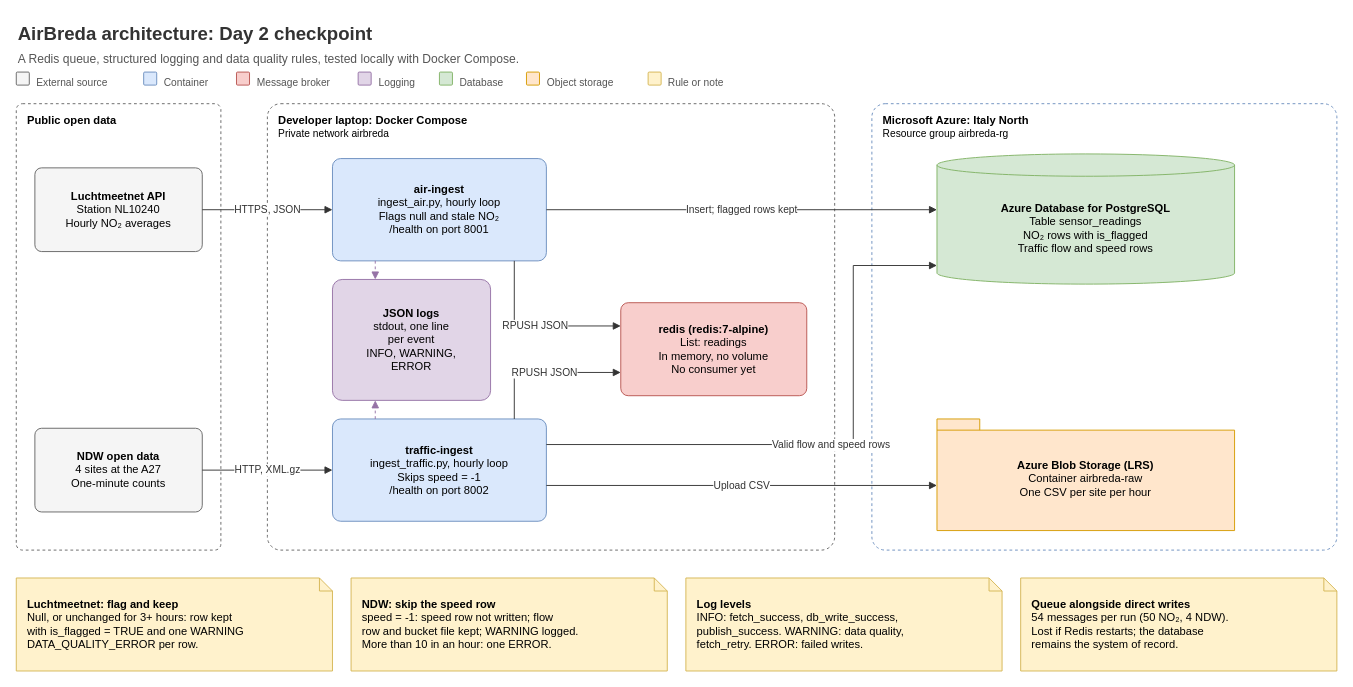
Above: docs/diagrams/architecture-day2.drawio in RayaKichukova241329/airbreda (draw.io), before the change. Source tidied: cells renumbered, new cells numbered last; positions are measured from the earlier drawing's top-left corner, leaving out a move shared by most shapes. Both pictures are drawn from the tidied source at 93%, with x=0, y=0 at pixel (16, 16).
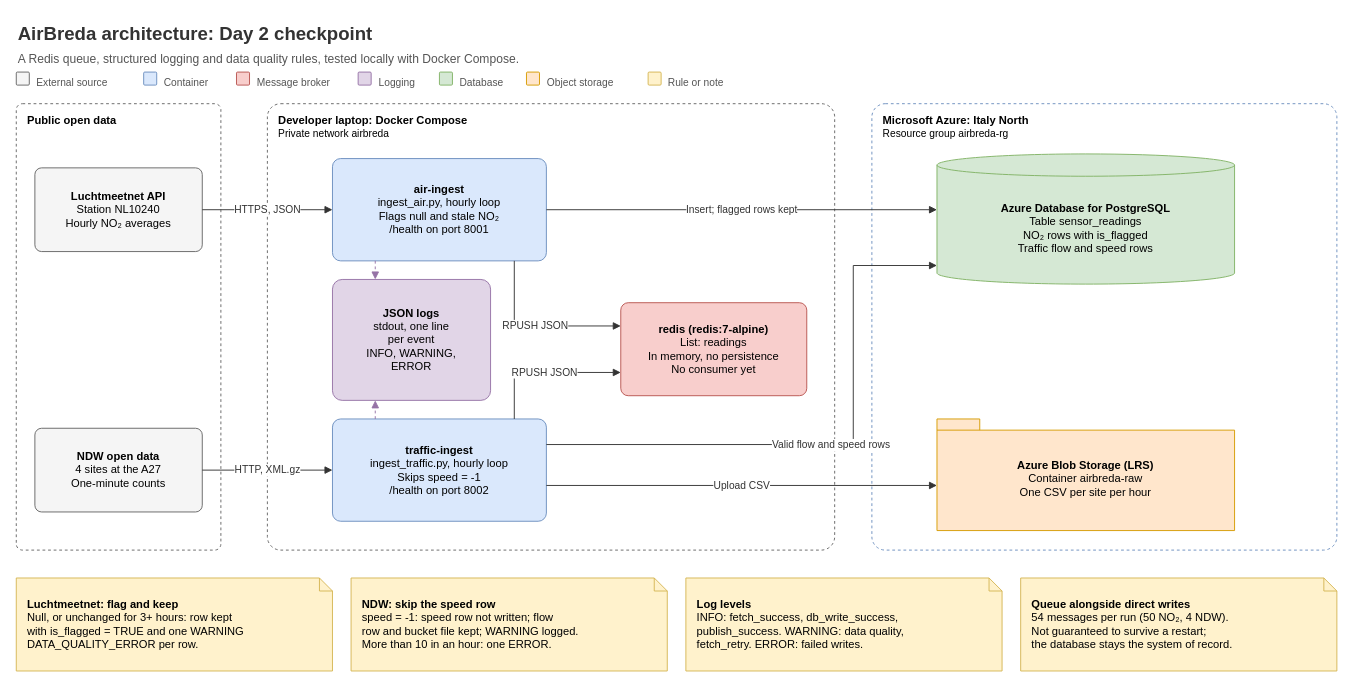
The same diagram, later.

The edit, as a diff of the source:
```diff
@@
-    <mxCell id="25" value="&lt;b&gt;redis (redis:7-alpine)&lt;/b&gt;&lt;br&gt;List: readings&lt;br&gt;In memory, no volume&lt;br&gt;No consumer yet" style="rounded=1;arcSize=8;whiteSpace=wrap;html=1;fontFamily=Helvetica;fontSize=12;fillColor=#f8cecc;strokeColor=#b85450;strokeWidth=1;align=center;verticalAlign=middle;" parent="1" vertex="1">
+    <mxCell id="25" value="&lt;b&gt;redis (redis:7-alpine)&lt;/b&gt;&lt;br&gt;List: readings&lt;br&gt;In memory, no persistence&lt;br&gt;No consumer yet" style="rounded=1;arcSize=8;whiteSpace=wrap;html=1;fontFamily=Helvetica;fontSize=12;fillColor=#f8cecc;strokeColor=#b85450;strokeWidth=1;align=center;verticalAlign=middle;" parent="1" vertex="1">
       <mxGeometry x="650" y="308" width="200" height="100" as="geometry" />
     </mxCell>
@@
-    <mxCell id="32" value="&lt;b&gt;Queue alongside direct writes&lt;/b&gt;&lt;br&gt;54 messages per run (50 NO₂, 4 NDW).&lt;br&gt;Lost if Redis restarts; the database&lt;br&gt;remains the system of record." style="shape=note;size=14;whiteSpace=wrap;html=1;fontFamily=Helvetica;fontSize=12;fillColor=#fff2cc;strokeColor=#d6b656;strokeWidth=1;align=left;verticalAlign=middle;spacingLeft=10;" parent="1" vertex="1">
+    <mxCell id="32" value="&lt;b&gt;Queue alongside direct writes&lt;/b&gt;&lt;br&gt;54 messages per run (50 NO₂, 4 NDW).&lt;br&gt;Not guaranteed to survive a restart;&lt;br&gt;the database stays the system of record." style="shape=note;size=14;whiteSpace=wrap;html=1;fontFamily=Helvetica;fontSize=12;fillColor=#fff2cc;strokeColor=#d6b656;strokeWidth=1;align=left;verticalAlign=middle;spacingLeft=10;" parent="1" vertex="1">
       <mxGeometry x="1080" y="604" width="340" height="100" as="geometry" />
     </mxCell>
```
